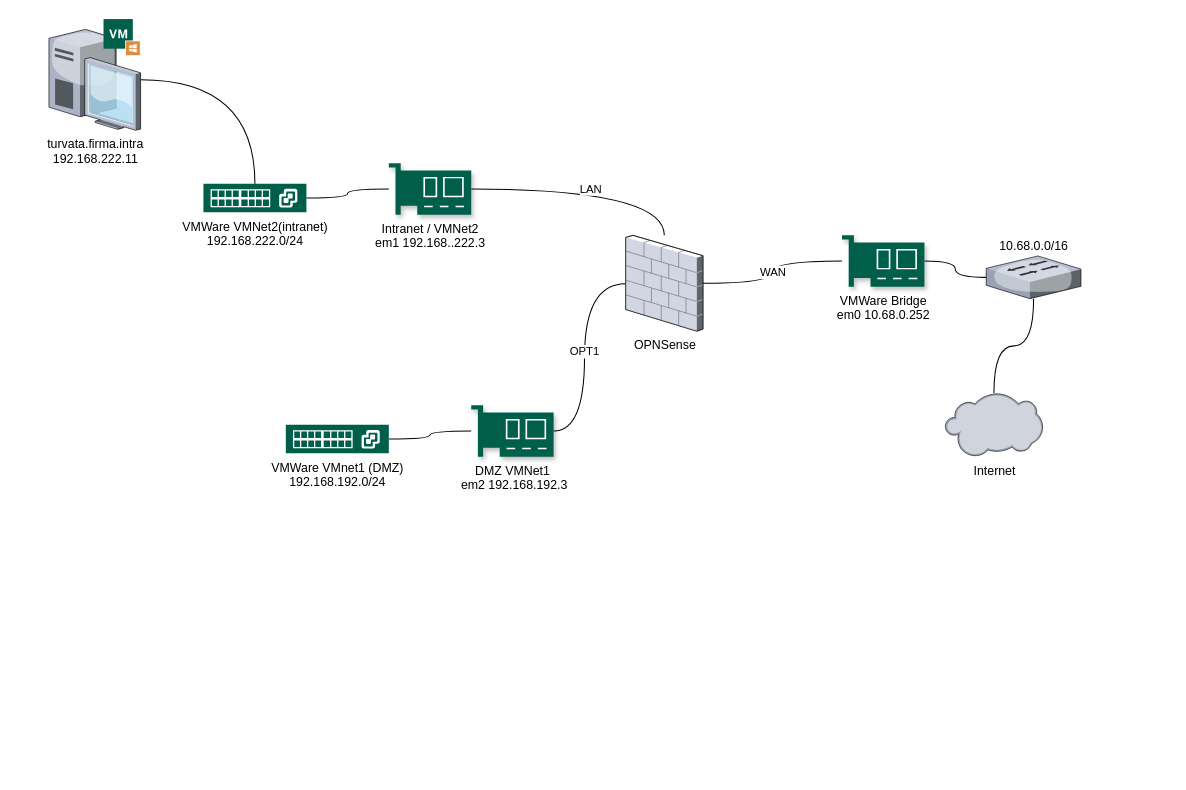
Above: OPNsenseVerkot.drawio in MikaVainio/Tietoturva (draw.io), before the change. Source tidied: cells renumbered, new cells numbered last; positions are measured from the earlier drawing's top-left corner, leaving out a move shared by most shapes. Both pictures are drawn from the tidied source at 103%, with x=0, y=0 at pixel (48, 19).
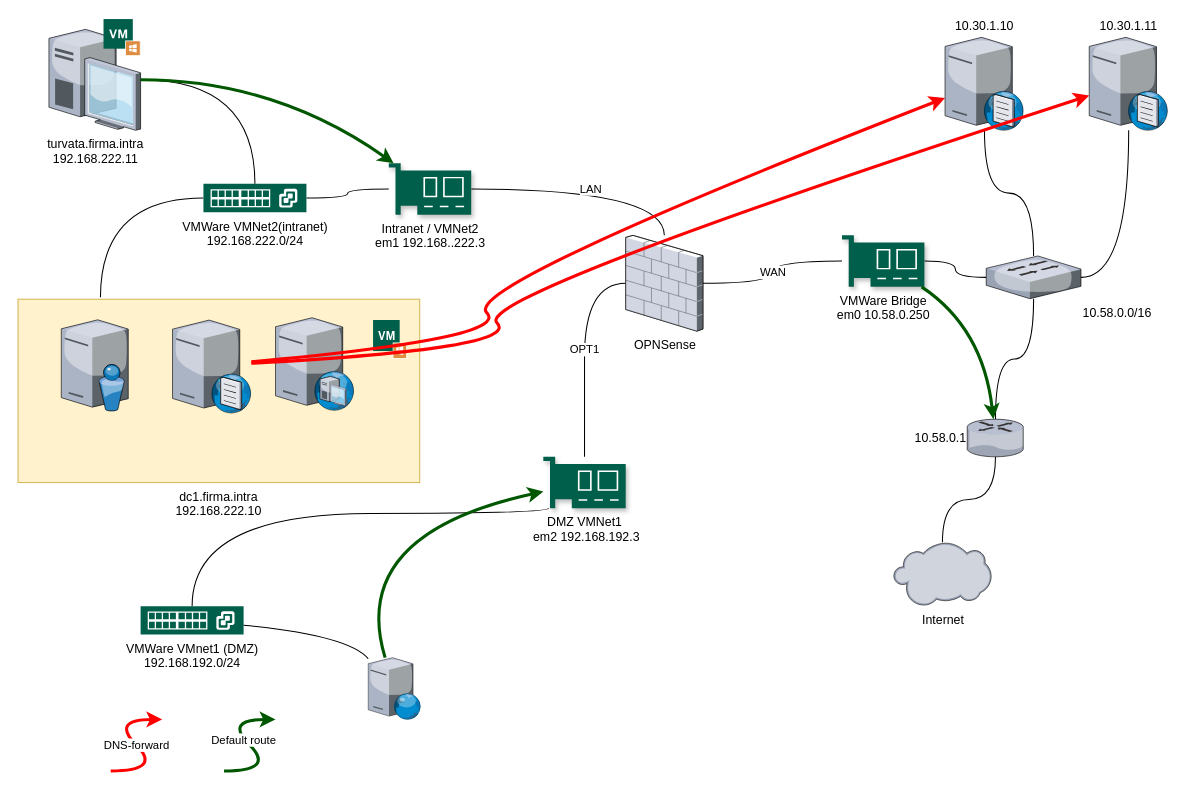
The same page after the edit.

The change refers to these unchanged cells:
```xml
<mxCell id="6" value="Intranet / VMNet2&lt;br&gt;em1 192.168..222.3" style="shadow=1;dashed=0;html=1;fillColor=#005F4B;labelPosition=center;verticalLabelPosition=bottom;verticalAlign=top;align=center;outlineConnect=0;shape=mxgraph.veeam2.network_card;rounded=0;sketch=0;fontColor=#000000;strokeColor=#FFFFFF;" parent="1" vertex="1">
  <mxGeometry x="330" y="140" width="80" height="50" as="geometry" />
</mxCell>
<mxCell id="14" value="VMWare VMNet2(intranet)&lt;br&gt;192.168.222.0/24" style="shadow=0;dashed=0;html=1;strokeColor=none;fillColor=#005F4B;labelPosition=center;verticalLabelPosition=bottom;verticalAlign=top;align=center;outlineConnect=0;shape=mxgraph.veeam2.vmware_vswitch;rounded=0;sketch=0;fontColor=#000000;" parent="1" vertex="1">
  <mxGeometry x="150" y="160" width="100" height="27.5" as="geometry" />
</mxCell>
<mxCell id="18" value="turvata.firma.intra&lt;br&gt;192.168.222.11" style="verticalLabelPosition=bottom;html=1;verticalAlign=top;strokeColor=none;align=center;outlineConnect=0;shape=mxgraph.citrix.desktop;" parent="17" vertex="1">
  <mxGeometry y="10" width="89" height="98" as="geometry" />
</mxCell>
```

The edit, as a diff of the source:
```diff
@@
-    <mxCell id="4" value="VMWare Bridge&lt;br&gt;em0 10.68.0.252" style="shadow=1;dashed=0;html=1;fillColor=#005F4B;labelPosition=center;verticalLabelPosition=bottom;verticalAlign=top;align=center;outlineConnect=0;shape=mxgraph.veeam2.network_card;rounded=0;sketch=0;fontColor=#000000;strokeColor=#FFFFFF;" parent="1" vertex="1">
+    <mxCell id="4" value="VMWare Bridge&lt;br&gt;em0 10.58.0.250" style="shadow=1;dashed=0;html=1;fillColor=#005F4B;labelPosition=center;verticalLabelPosition=bottom;verticalAlign=top;align=center;outlineConnect=0;shape=mxgraph.veeam2.network_card;rounded=0;sketch=0;fontColor=#000000;strokeColor=#FFFFFF;" parent="1" vertex="1">
       <mxGeometry x="770" y="210" width="80" height="50" as="geometry" />
     </mxCell>
@@
     <mxCell id="8" value="DMZ VMNet1&lt;br&gt;&amp;nbsp;em2 192.168.192.3" style="shadow=1;dashed=0;html=1;fillColor=#005F4B;labelPosition=center;verticalLabelPosition=bottom;verticalAlign=top;align=center;outlineConnect=0;shape=mxgraph.veeam2.network_card;rounded=0;sketch=0;fontColor=#000000;strokeColor=#FFFFFF;" parent="1" vertex="1">
-      <mxGeometry x="410" y="375" width="80" height="50" as="geometry" />
+      <mxGeometry x="480" y="425" width="80" height="50" as="geometry" />
     </mxCell>
@@
-    <mxCell id="10" style="edgeStyle=orthogonalEdgeStyle;curved=1;jettySize=auto;html=1;endArrow=none;endFill=0;" parent="1" edge="1" source="11" target="12">
-      <mxGeometry relative="1" as="geometry" />
-    </mxCell>
+    <mxCell id="21" style="edgeStyle=orthogonalEdgeStyle;curved=1;jettySize=auto;html=1;endArrow=none;endFill=0;" parent="1" edge="1" source="11" target="32">
+      <mxGeometry relative="1" as="geometry" />
+    </mxCell>
+    <mxCell id="22" style="edgeStyle=orthogonalEdgeStyle;curved=1;jettySize=auto;html=1;endArrow=none;endFill=0;" parent="1" edge="1" source="11" target="31">
+      <mxGeometry relative="1" as="geometry" />
+    </mxCell>
+    <mxCell id="23" style="edgeStyle=orthogonalEdgeStyle;curved=1;jettySize=auto;html=1;endArrow=none;endFill=0;strokeWidth=1;" parent="1" edge="1" source="11" target="37">
+      <mxGeometry relative="1" as="geometry" />
+    </mxCell>
-    <mxCell id="11" value="10.68.0.0/16" style="verticalLabelPosition=top;html=1;verticalAlign=bottom;strokeColor=none;align=center;outlineConnect=0;shape=mxgraph.citrix.switch;labelPosition=center;" parent="1" vertex="1">
+    <mxCell id="11" value="10.58.0.0/16" style="verticalLabelPosition=bottom;html=1;verticalAlign=top;strokeColor=none;align=left;outlineConnect=0;shape=mxgraph.citrix.switch;labelPosition=right;" parent="1" vertex="1">
       <mxGeometry x="910" y="230" width="92" height="41.5" as="geometry" />
     </mxCell>
     <mxCell id="12" value="Internet" style="verticalLabelPosition=bottom;html=1;verticalAlign=top;strokeColor=none;align=center;outlineConnect=0;shape=mxgraph.citrix.cloud;" parent="1" vertex="1">
-      <mxGeometry x="870" y="363" width="95" height="62" as="geometry" />
+      <mxGeometry x="820" y="508" width="95" height="62" as="geometry" />
     </mxCell>
@@
+    <mxCell id="24" style="edgeStyle=orthogonalEdgeStyle;jettySize=auto;html=1;curved=1;endArrow=none;endFill=0;" parent="1" edge="1" source="14">
+      <mxGeometry relative="1" as="geometry">
+        <mxPoint x="50" y="270" as="targetPoint" />
+      </mxGeometry>
+    </mxCell>
@@
     <mxCell id="15" style="edgeStyle=orthogonalEdgeStyle;curved=1;jettySize=auto;html=1;endArrow=none;endFill=0;" parent="1" edge="1" source="16" target="8">
-      <mxGeometry relative="1" as="geometry" />
+      <mxGeometry relative="1" as="geometry">
+        <Array as="points">
+          <mxPoint x="139" y="480" />
+          <mxPoint x="485" y="480" />
+        </Array>
+      </mxGeometry>
     </mxCell>
     <mxCell id="16" value="VMWare VMnet1 (DMZ)&lt;br&gt;192.168.192.0/24" style="shadow=0;dashed=0;html=1;strokeColor=none;fillColor=#005F4B;labelPosition=center;verticalLabelPosition=bottom;verticalAlign=top;align=center;outlineConnect=0;shape=mxgraph.veeam2.vmware_vswitch;rounded=0;sketch=0;fontColor=#000000;" parent="1" vertex="1">
-      <mxGeometry x="230" y="394" width="100" height="27.5" as="geometry" />
+      <mxGeometry x="89" y="570" width="100" height="27.5" as="geometry" />
     </mxCell>
@@
+    <mxCell id="25" value="dc1.firma.intra&#10;192.168.222.10" style="group;labelPosition=center;verticalLabelPosition=bottom;align=center;verticalAlign=top;" parent="1" vertex="1">
+      <mxGeometry x="-30" y="272" width="390" height="178" as="geometry" />
+    </mxCell>
+    <mxCell id="26" style="group;fillColor=#fff2cc;strokeColor=#d6b656;labelPosition=center;verticalLabelPosition=bottom;align=center;verticalAlign=top;" parent="25" vertex="1">
+      <mxGeometry width="390" height="178" as="geometry" />
+    </mxCell>
+    <mxCell id="27" style="shadow=0;dashed=0;html=1;strokeColor=none;fillColor=#005F4B;labelPosition=center;verticalLabelPosition=bottom;verticalAlign=top;align=center;shape=mxgraph.veeam2.windows_vm;rounded=0;glass=1;" parent="25" vertex="1">
+      <mxGeometry x="344.7" y="20.2" width="32.7" height="37.7" as="geometry" />
+    </mxCell>
+    <mxCell id="28" style="verticalLabelPosition=bottom;html=1;verticalAlign=top;strokeColor=none;align=center;shape=mxgraph.citrix.directory_server;" parent="25" vertex="1">
+      <mxGeometry x="42" y="20" width="65" height="88.5" as="geometry" />
+    </mxCell>
+    <mxCell id="29" style="verticalLabelPosition=bottom;html=1;verticalAlign=top;strokeColor=none;align=center;outlineConnect=0;shape=mxgraph.citrix.dns_server;" parent="25" vertex="1">
+      <mxGeometry x="150" y="18" width="76.5" height="92.5" as="geometry" />
+    </mxCell>
+    <mxCell id="30" style="verticalLabelPosition=bottom;html=1;verticalAlign=top;strokeColor=none;align=center;shape=mxgraph.citrix.dhcp_server;" parent="25" vertex="1">
+      <mxGeometry x="250" y="18" width="76" height="90" as="geometry" />
+    </mxCell>
+    <mxCell id="31" value="10.30.1.10" style="verticalLabelPosition=top;html=1;verticalAlign=bottom;strokeColor=none;align=center;outlineConnect=0;shape=mxgraph.citrix.dns_server;labelPosition=center;" parent="1" vertex="1">
+      <mxGeometry x="870" y="15.5" width="76.5" height="92.5" as="geometry" />
+    </mxCell>
+    <mxCell id="32" value="10.30.1.11" style="verticalLabelPosition=top;html=1;verticalAlign=bottom;strokeColor=none;align=center;outlineConnect=0;shape=mxgraph.citrix.dns_server;labelPosition=center;" parent="1" vertex="1">
+      <mxGeometry x="1010" y="15.5" width="76.5" height="92.5" as="geometry" />
+    </mxCell>
+    <mxCell id="33" style="curved=1;endArrow=classic;html=1;strokeColor=#FF0000;strokeWidth=3;" parent="1" edge="1" source="29" target="31">
+      <mxGeometry relative="1" as="geometry">
+        <Array as="points">
+          <mxPoint x="450" y="310" />
+          <mxPoint x="400" y="260" />
+        </Array>
+      </mxGeometry>
+    </mxCell>
+    <mxCell id="34" style="curved=1;endArrow=classic;html=1;strokeColor=#FF0000;strokeWidth=3;" parent="1" edge="1" source="29" target="32">
+      <mxGeometry relative="1" as="geometry">
+        <Array as="points">
+          <mxPoint x="460" y="320" />
+          <mxPoint x="410" y="270" />
+        </Array>
+      </mxGeometry>
+    </mxCell>
+    <mxCell id="35" value="DNS-forward" style="curved=1;endArrow=classic;html=1;strokeColor=#FF0000;strokeWidth=3;" parent="1" edge="1">
+      <mxGeometry relative="1" as="geometry">
+        <mxPoint x="60" y="730" as="sourcePoint" />
+        <mxPoint x="110" y="680" as="targetPoint" />
+        <Array as="points">
+          <mxPoint x="110" y="730" />
+          <mxPoint x="60" y="680" />
+        </Array>
+      </mxGeometry>
+    </mxCell>
+    <mxCell id="36" style="edgeStyle=orthogonalEdgeStyle;curved=1;jettySize=auto;html=1;endArrow=none;endFill=0;strokeWidth=1;" parent="1" edge="1" source="37" target="12">
+      <mxGeometry relative="1" as="geometry" />
+    </mxCell>
+    <mxCell id="37" value="10.58.0.1" style="verticalLabelPosition=middle;html=1;verticalAlign=middle;strokeColor=none;align=right;outlineConnect=0;shape=mxgraph.citrix.router;labelPosition=left;" parent="1" vertex="1">
+      <mxGeometry x="891.5" y="388.5" width="55" height="36.5" as="geometry" />
+    </mxCell>
+    <mxCell id="38" value="Default route" style="endArrow=classic;html=1;strokeWidth=3;curved=1;fillColor=#008a00;strokeColor=#005700;" parent="1" edge="1">
+      <mxGeometry x="0.65" y="-20" relative="1" as="geometry">
+        <mxPoint x="170" y="730" as="sourcePoint" />
+        <mxPoint x="220" y="680" as="targetPoint" />
+        <Array as="points">
+          <mxPoint x="220" y="730" />
+          <mxPoint x="170" y="680" />
+        </Array>
+        <mxPoint x="-1" as="offset" />
+      </mxGeometry>
+    </mxCell>
+    <mxCell id="39" style="endArrow=classic;html=1;strokeColor=#005700;strokeWidth=3;fillColor=#008a00;curved=1;" parent="1" edge="1" source="18" target="6">
+      <mxGeometry relative="1" as="geometry">
+        <Array as="points">
+          <mxPoint x="220" y="59" />
+        </Array>
+      </mxGeometry>
+    </mxCell>
+    <mxCell id="40" style="endArrow=classic;html=1;strokeColor=#005700;strokeWidth=3;fillColor=#008a00;curved=1;" parent="1" edge="1" source="4" target="37">
+      <mxGeometry relative="1" as="geometry">
+        <Array as="points">
+          <mxPoint x="907" y="300" />
+        </Array>
+      </mxGeometry>
+    </mxCell>
+    <mxCell id="41" style="edgeStyle=none;curved=1;jettySize=auto;html=1;strokeWidth=1;fillColor=#008a00;endArrow=none;endFill=0;" parent="1" edge="1" source="42" target="16">
+      <mxGeometry relative="1" as="geometry">
+        <Array as="points">
+          <mxPoint x="290" y="598" />
+        </Array>
+      </mxGeometry>
+    </mxCell>
+    <mxCell id="42" style="verticalLabelPosition=bottom;html=1;verticalAlign=top;strokeColor=none;align=center;outlineConnect=0;shape=mxgraph.citrix.web_server;" parent="1" vertex="1">
+      <mxGeometry x="310" y="620" width="51" height="60" as="geometry" />
+    </mxCell>
+    <mxCell id="43" style="endArrow=classic;html=1;strokeColor=#005700;strokeWidth=3;fillColor=#008a00;curved=1;" parent="1" edge="1" source="42" target="8">
+      <mxGeometry relative="1" as="geometry">
+        <Array as="points">
+          <mxPoint x="290" y="500" />
+        </Array>
+      </mxGeometry>
+    </mxCell>
```
